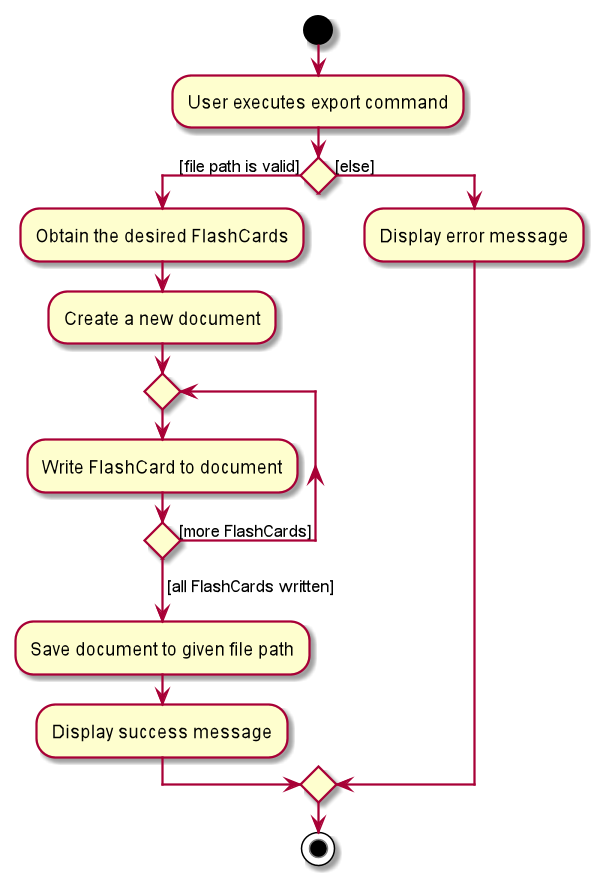
Before: images/ExportActivityDiagram.png, a diagram exported from PlantUML (AY1920S1-CS2103T-T12-4/main). The source it was exported from:
```plantuml
@startuml
start
:User executes export command;


if () then ([file path is valid])
    :Obtain the desired FlashCards;
    :Create a new document;
    repeat
        :Write FlashCard to document;
    repeat while () is ([more FlashCards])
    ->[all FlashCards written];
    :Save document to given file path;
    :Display success message;
else ([else])
    :Display error message;
endif
stop
@enduml
```
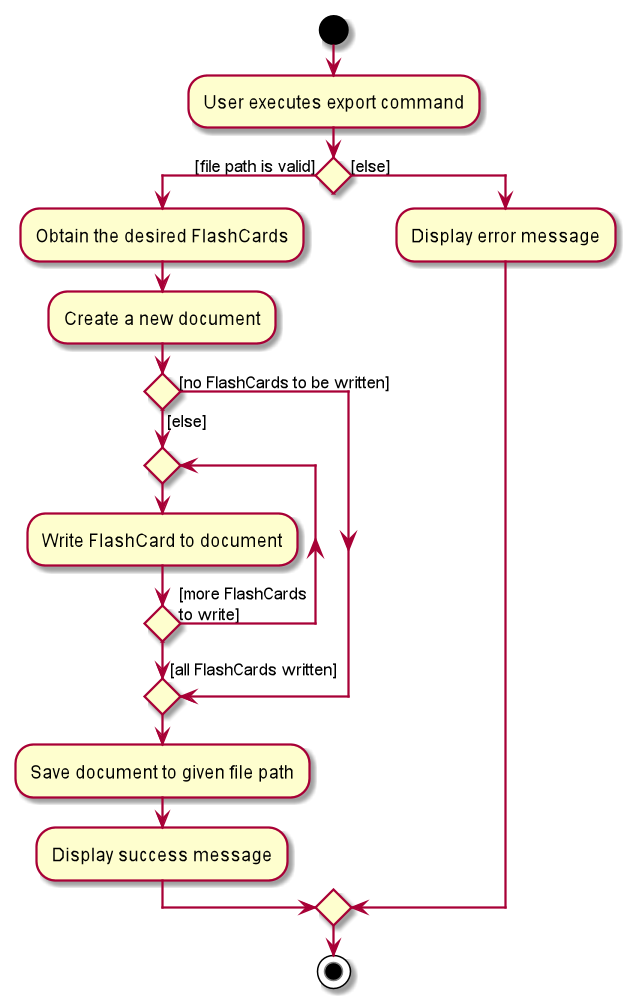
Later version of the same file.

What changed in the source:
```diff
@@ -6,10 +6,13 @@
 if () then ([file path is valid])
     :Obtain the desired FlashCards;
     :Create a new document;
-    repeat
-        :Write FlashCard to document;
-    repeat while () is ([more FlashCards])
-    ->[all FlashCards written];
+    if () then ([else])
+        repeat
+            :Write FlashCard to document;
+        repeat while () is ([more FlashCards\nto write])
+        ->[all FlashCards written];
+    else ([no FlashCards to be written])
+    endif
     :Save document to given file path;
     :Display success message;
 else ([else])
```
